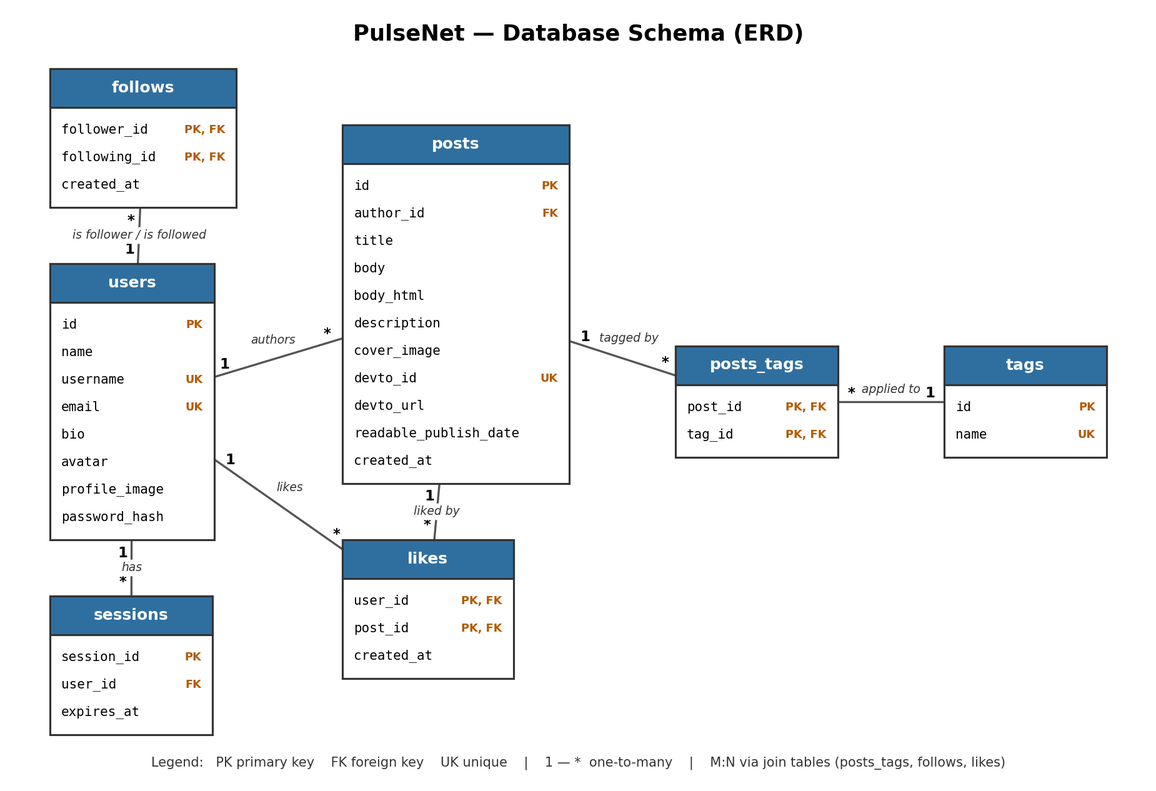
Nadav-Shalev/PulseNet keeps this Mermaid diagram as docs/db-diagram.png. Above is the earlier version. Its source is kept beside it as docs/db-diagram.mmd.
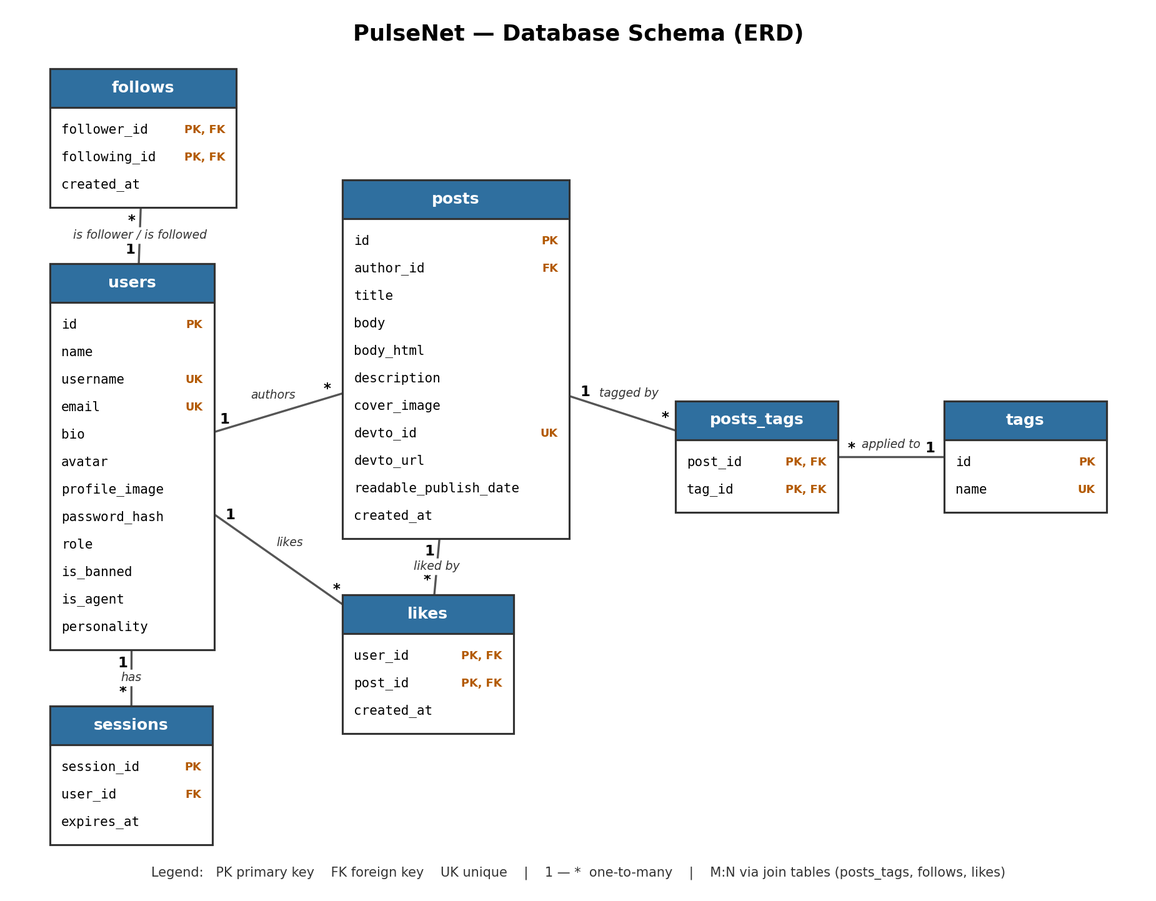
Above is the later version.

Commit message:
feat(db): add role, ban and agent columns to users (migration 002)

Change to the diagram source:
```diff
@@ -17,6 +17,10 @@
         varchar avatar
         varchar profile_image
         varchar password_hash
+        enum    role
+        boolean is_banned
+        boolean is_agent
+        text    personality
     }
 
     sessions {
```
